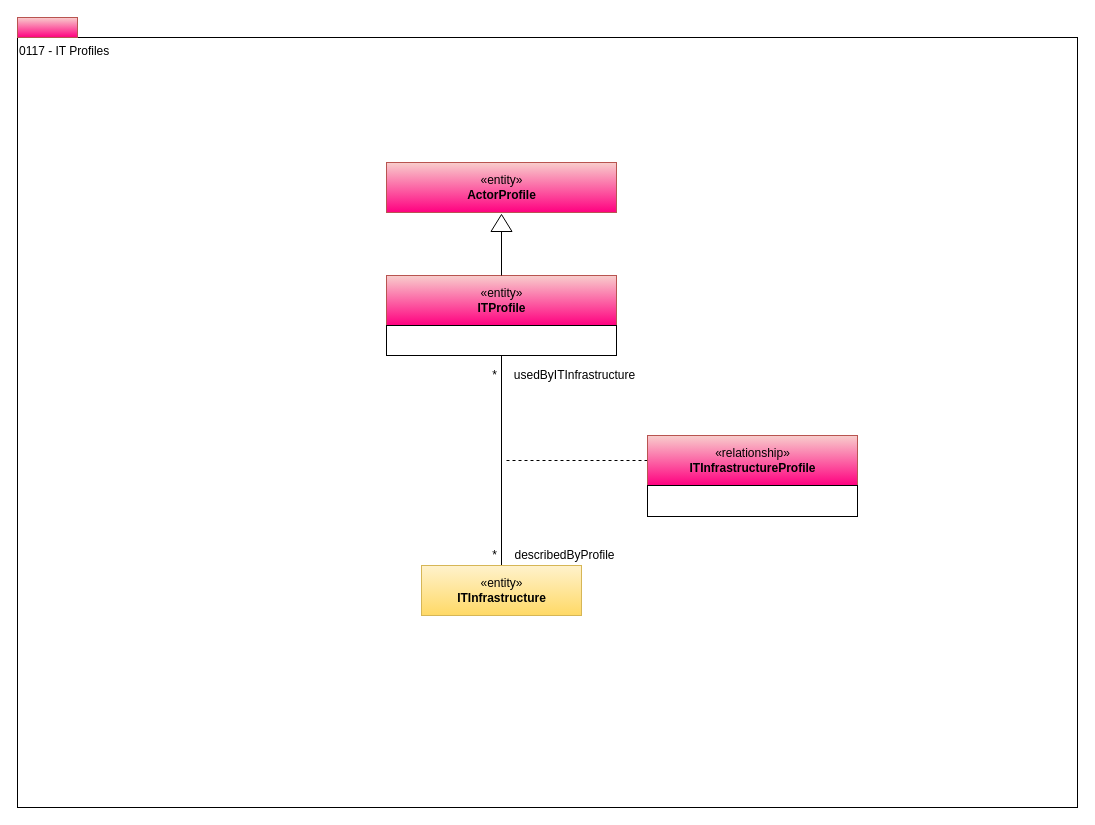
odpi/egeria-docs keeps this draw.io diagram as page "0117-IT-Profiles" (5 of 12) of site/docs/types/1/area-1-collaboration.drawio. Above is the earlier version. Source tidied: cells renumbered, new cells numbered last; positions are measured from the earlier drawing's top-left corner, leaving out a move shared by most shapes. Both pictures are drawn from the tidied source at 100%, with x=0, y=0 at pixel (17, 17).
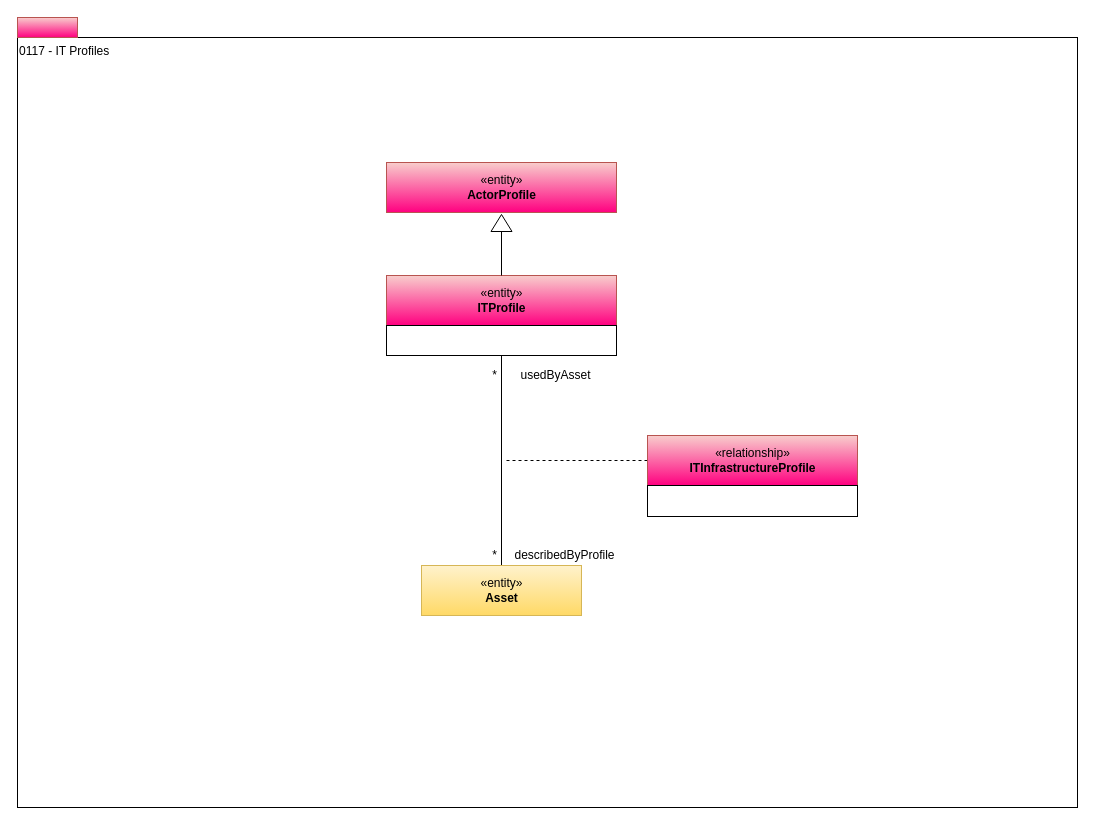
Above is the later version.

What changed in the source:
```diff
@@
 <mxGraphModel>
   <root>
     <mxCell id="0" />
     <mxCell id="1" parent="0" />
     <mxCell id="2" value="0117 - IT Profiles" style="rounded=0;whiteSpace=wrap;html=1;align=left;verticalAlign=top;" parent="1" vertex="1">
       <mxGeometry y="20" width="1060" height="770" as="geometry" />
     </mxCell>
     <mxCell id="3" value="«entity»&lt;br&gt;&lt;b&gt;ITProfile&lt;/b&gt;" style="html=1;strokeColor=#b85450;align=center;fillColor=#f8cecc;gradientColor=#FF0080;" parent="1" vertex="1">
       <mxGeometry x="369" y="258" width="230" height="50" as="geometry" />
     </mxCell>
     <mxCell id="4" style="html=1;strokeColor=#b85450;align=center;fillColor=#f8cecc;gradientColor=#FF0080;" parent="1" vertex="1">
       <mxGeometry width="60" height="20" as="geometry" />
     </mxCell>
     <mxCell id="5" style="rounded=0;whiteSpace=wrap;html=1;align=left;" parent="1" vertex="1">
       <mxGeometry x="369" y="308" width="230" height="30" as="geometry" />
     </mxCell>
     <mxCell id="6" style="edgeStyle=orthogonalEdgeStyle;rounded=0;html=1;exitX=0;exitY=0.5;entryX=0.5;entryY=0;jettySize=auto;endArrow=none;endFill=0;" parent="1" edge="1" source="7" target="3">
       <mxGeometry relative="1" as="geometry" />
     </mxCell>
     <mxCell id="7" style="triangle;whiteSpace=wrap;html=1;strokeColor=#000000;gradientColor=#ffffff;align=center;rotation=-90;" parent="1" vertex="1">
       <mxGeometry x="475.5" y="195" width="17" height="21" as="geometry" />
     </mxCell>
     <mxCell id="8" value="«entity»&lt;br&gt;&lt;b&gt;ActorProfile&lt;/b&gt;" style="html=1;strokeColor=#b85450;align=center;fillColor=#f8cecc;gradientColor=#FF0080;" parent="1" vertex="1">
       <mxGeometry x="369" y="145" width="230" height="50" as="geometry" />
     </mxCell>
     <mxCell id="9" style="edgeStyle=orthogonalEdgeStyle;rounded=0;html=1;endArrow=none;endFill=0;jettySize=auto;entryX=0.5;entryY=0;entryDx=0;entryDy=0;" parent="1" edge="1" source="5" target="17">
       <mxGeometry relative="1" as="geometry" />
     </mxCell>
     <mxCell id="10" value="*" style="text;html=1;align=center;verticalAlign=top;spacingTop=-4;" parent="1" vertex="1">
       <mxGeometry x="467" y="348" width="20" height="20" as="geometry" />
     </mxCell>
     <mxCell id="11" value="*" style="text;html=1;align=center;verticalAlign=top;spacingTop=-4;" parent="1" vertex="1">
       <mxGeometry x="467" y="528" width="20" height="20" as="geometry" />
     </mxCell>
     <mxCell id="12" value="describedByProfile" style="text;html=1;align=center;verticalAlign=top;spacingTop=-4;" parent="1" vertex="1">
       <mxGeometry x="487" y="528" width="120" height="20" as="geometry" />
     </mxCell>
-    <mxCell id="13" value="usedByITInfrastructure" style="text;html=1;align=center;verticalAlign=top;spacingTop=-4;" parent="1" vertex="1">
-      <mxGeometry x="487" y="348" width="140" height="20" as="geometry" />
+    <mxCell id="13" value="usedByAsset" style="text;html=1;align=center;verticalAlign=top;spacingTop=-4;" parent="1" vertex="1">
+      <mxGeometry x="492.5" y="348" width="90" height="20" as="geometry" />
     </mxCell>
     <mxCell id="14" style="edgeStyle=orthogonalEdgeStyle;rounded=0;html=1;exitX=0;exitY=0.5;endArrow=none;endFill=0;jettySize=auto;dashed=1;" parent="1" edge="1" source="15">
       <mxGeometry relative="1" as="geometry">
         <mxPoint x="487" y="443" as="targetPoint" />
       </mxGeometry>
     </mxCell>
     <mxCell id="15" value="«relationship»&lt;br&gt;&lt;b&gt;ITInfrastructureProfile&lt;/b&gt;" style="html=1;strokeColor=#b85450;align=center;fillColor=#f8cecc;gradientColor=#FF0080;" parent="1" vertex="1">
       <mxGeometry x="630" y="418" width="210" height="50" as="geometry" />
     </mxCell>
     <mxCell id="16" style="rounded=0;whiteSpace=wrap;html=1;strokeColor=#000000;gradientColor=#ffffff;align=left;" parent="1" vertex="1">
       <mxGeometry x="630" y="468" width="210" height="31" as="geometry" />
     </mxCell>
-    <mxCell id="17" value="«entity»&lt;br&gt;&lt;b&gt;ITInfrastructure&lt;/b&gt;" style="html=1;strokeColor=#d6b656;align=center;fillColor=#fff2cc;gradientColor=#ffd966;" parent="1" vertex="1">
+    <mxCell id="17" value="«entity»&lt;br&gt;&lt;b&gt;Asset&lt;/b&gt;" style="html=1;strokeColor=#d6b656;align=center;fillColor=#fff2cc;gradientColor=#ffd966;" parent="1" vertex="1">
       <mxGeometry x="404" y="548" width="160" height="50" as="geometry" />
     </mxCell>
   </root>
 </mxGraphModel>
```
